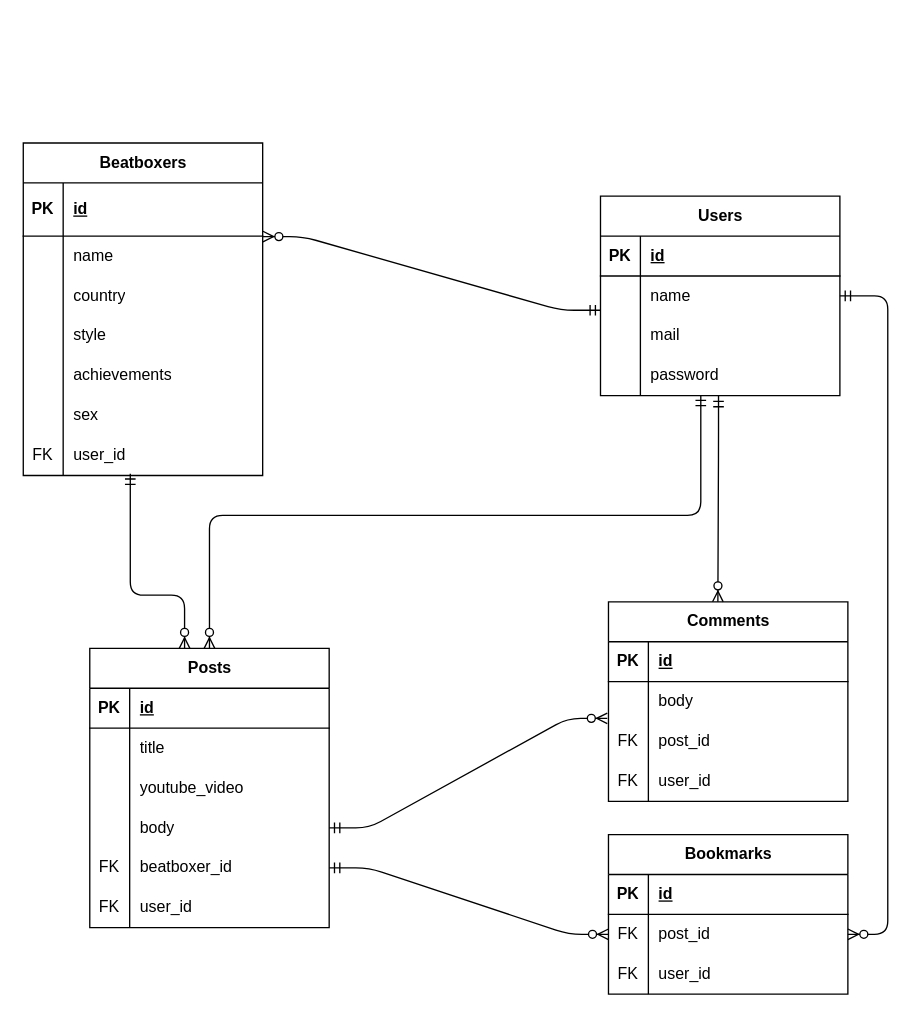
yusuke061467/beatboxer-collection keeps this draw.io diagram as database_model_er.dio. Above is the earlier version. Source tidied: cells renumbered, new cells numbered last; positions are measured from the earlier drawing's top-left corner, leaving out a move shared by most shapes. Both pictures are drawn from the tidied source at 133%, with x=0, y=0 at pixel (23, 142).
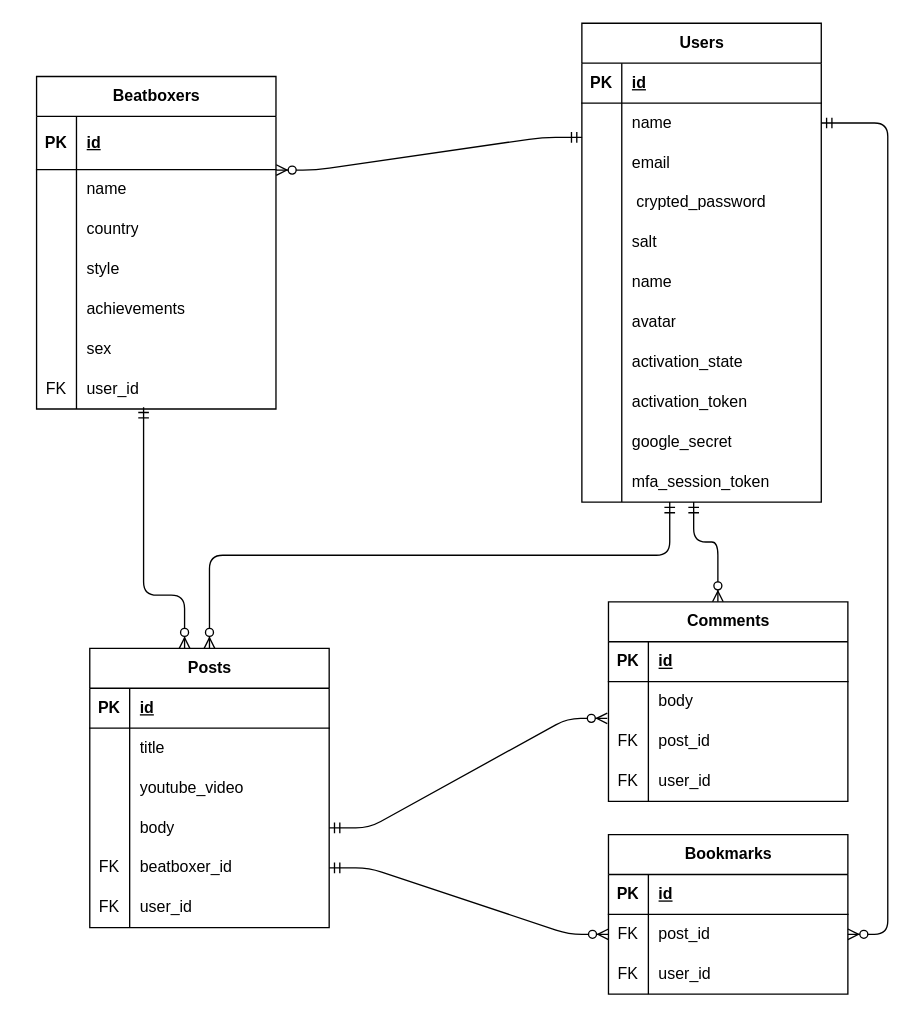
Above is the later version.

Commit message:
docs: ER図の記載を変更

The change refers to these unchanged cells:
```xml
<mxCell id="9" style="shape=tableRow;horizontal=0;startSize=0;swimlaneHead=0;swimlaneBody=0;fillColor=none;top=0;left=0;right=0;bottom=0;" parent="2" vertex="1">
  <mxGeometry y="90" width="180" height="30" as="geometry" />
</mxCell>
<mxCell id="12" style="shape=tableRow;horizontal=0;startSize=0;swimlaneHead=0;swimlaneBody=0;fillColor=none;points=[[0,0.5],[1,0.5]];portConstraint=eastwest;top=0;left=0;right=0;bottom=0;" parent="2" vertex="1">
  <mxGeometry y="120" width="180" height="30" as="geometry" />
</mxCell>
<mxCell id="15" value="Comments" style="shape=table;startSize=30;childLayout=tableLayout;rowLines=0;fontStyle=1;align=center;html=1;" parent="1" vertex="1">
  <mxGeometry x="440" y="345" width="180" height="150" as="geometry" />
</mxCell>
<mxCell id="43" value="Posts" style="shape=table;startSize=30;childLayout=tableLayout;rowLines=0;fontStyle=1;align=center;html=1;" parent="1" vertex="1">
  <mxGeometry x="50" y="380" width="180" height="210" as="geometry" />
</mxCell>
```

Diff of the diagram source:
```diff
@@
     <mxCell id="2" value="Users" style="shape=table;startSize=30;childLayout=tableLayout;rowLines=0;fontStyle=1;align=center;html=1;" parent="1" vertex="1">
-      <mxGeometry x="434" y="40" width="180" height="150" as="geometry" />
+      <mxGeometry x="420" y="-90" width="180" height="360" as="geometry" />
     </mxCell>
@@
-    <mxCell id="11" value="mail" style="shape=partialRectangle;fillColor=none;top=0;left=0;bottom=0;right=0;align=left;spacingLeft=6;overflow=hidden;whiteSpace=wrap;html=1;" parent="9" vertex="1">
+    <mxCell id="11" value="email" style="shape=partialRectangle;fillColor=none;top=0;left=0;bottom=0;right=0;align=left;spacingLeft=6;overflow=hidden;whiteSpace=wrap;html=1;" parent="9" vertex="1">
       <mxGeometry x="30" width="150" height="30" as="geometry" />
     </mxCell>
@@
-    <mxCell id="14" value="password" style="shape=partialRectangle;fillColor=none;top=0;left=0;bottom=0;right=0;align=left;spacingLeft=6;overflow=hidden;whiteSpace=wrap;html=1;" parent="12" vertex="1">
+    <mxCell id="14" value="&amp;nbsp;crypted_password" style="shape=partialRectangle;fillColor=none;top=0;left=0;bottom=0;right=0;align=left;spacingLeft=6;overflow=hidden;whiteSpace=wrap;html=1;" parent="12" vertex="1">
       <mxGeometry x="30" width="150" height="30" as="geometry" />
     </mxCell>
+    <mxCell id="88" style="shape=tableRow;horizontal=0;startSize=0;swimlaneHead=0;swimlaneBody=0;fillColor=none;top=0;left=0;right=0;bottom=0;" parent="2" vertex="1">
+      <mxGeometry y="150" width="180" height="30" as="geometry" />
+    </mxCell>
+    <mxCell id="89" style="shape=partialRectangle;fillColor=none;top=0;left=0;bottom=0;right=0;overflow=hidden;whiteSpace=wrap;html=1;" parent="88" vertex="1">
+      <mxGeometry width="30" height="30" as="geometry" />
+    </mxCell>
+    <mxCell id="90" value="salt" style="shape=partialRectangle;fillColor=none;top=0;left=0;bottom=0;right=0;align=left;spacingLeft=6;overflow=hidden;whiteSpace=wrap;html=1;" parent="88" vertex="1">
+      <mxGeometry x="30" width="150" height="30" as="geometry" />
+    </mxCell>
+    <mxCell id="91" style="shape=tableRow;horizontal=0;startSize=0;swimlaneHead=0;swimlaneBody=0;fillColor=none;top=0;left=0;right=0;bottom=0;" parent="2" vertex="1">
+      <mxGeometry y="180" width="180" height="30" as="geometry" />
+    </mxCell>
+    <mxCell id="92" style="shape=partialRectangle;fillColor=none;top=0;left=0;bottom=0;right=0;overflow=hidden;whiteSpace=wrap;html=1;" parent="91" vertex="1">
+      <mxGeometry width="30" height="30" as="geometry" />
+    </mxCell>
+    <mxCell id="93" value="name" style="shape=partialRectangle;fillColor=none;top=0;left=0;bottom=0;right=0;align=left;spacingLeft=6;overflow=hidden;whiteSpace=wrap;html=1;" parent="91" vertex="1">
+      <mxGeometry x="30" width="150" height="30" as="geometry" />
+    </mxCell>
+    <mxCell id="94" style="shape=tableRow;horizontal=0;startSize=0;swimlaneHead=0;swimlaneBody=0;fillColor=none;top=0;left=0;right=0;bottom=0;" parent="2" vertex="1">
+      <mxGeometry y="210" width="180" height="30" as="geometry" />
+    </mxCell>
+    <mxCell id="95" style="shape=partialRectangle;fillColor=none;top=0;left=0;bottom=0;right=0;overflow=hidden;whiteSpace=wrap;html=1;" parent="94" vertex="1">
+      <mxGeometry width="30" height="30" as="geometry" />
+    </mxCell>
+    <mxCell id="96" value="avatar" style="shape=partialRectangle;fillColor=none;top=0;left=0;bottom=0;right=0;align=left;spacingLeft=6;overflow=hidden;whiteSpace=wrap;html=1;" parent="94" vertex="1">
+      <mxGeometry x="30" width="150" height="30" as="geometry" />
+    </mxCell>
+    <mxCell id="97" style="shape=tableRow;horizontal=0;startSize=0;swimlaneHead=0;swimlaneBody=0;fillColor=none;top=0;left=0;right=0;bottom=0;" parent="2" vertex="1">
+      <mxGeometry y="240" width="180" height="30" as="geometry" />
+    </mxCell>
+    <mxCell id="98" style="shape=partialRectangle;fillColor=none;top=0;left=0;bottom=0;right=0;overflow=hidden;whiteSpace=wrap;html=1;" parent="97" vertex="1">
+      <mxGeometry width="30" height="30" as="geometry" />
+    </mxCell>
+    <mxCell id="99" value="activation_state" style="shape=partialRectangle;fillColor=none;top=0;left=0;bottom=0;right=0;align=left;spacingLeft=6;overflow=hidden;whiteSpace=wrap;html=1;" parent="97" vertex="1">
+      <mxGeometry x="30" width="150" height="30" as="geometry" />
+    </mxCell>
+    <mxCell id="100" style="shape=tableRow;horizontal=0;startSize=0;swimlaneHead=0;swimlaneBody=0;fillColor=none;top=0;left=0;right=0;bottom=0;" parent="2" vertex="1">
+      <mxGeometry y="270" width="180" height="30" as="geometry" />
+    </mxCell>
+    <mxCell id="101" style="shape=partialRectangle;fillColor=none;top=0;left=0;bottom=0;right=0;overflow=hidden;whiteSpace=wrap;html=1;" parent="100" vertex="1">
+      <mxGeometry width="30" height="30" as="geometry" />
+    </mxCell>
+    <mxCell id="102" value="activation_token" style="shape=partialRectangle;fillColor=none;top=0;left=0;bottom=0;right=0;align=left;spacingLeft=6;overflow=hidden;whiteSpace=wrap;html=1;" parent="100" vertex="1">
+      <mxGeometry x="30" width="150" height="30" as="geometry" />
+    </mxCell>
+    <mxCell id="103" style="shape=tableRow;horizontal=0;startSize=0;swimlaneHead=0;swimlaneBody=0;fillColor=none;top=0;left=0;right=0;bottom=0;" parent="2" vertex="1">
+      <mxGeometry y="300" width="180" height="30" as="geometry" />
+    </mxCell>
+    <mxCell id="104" style="shape=partialRectangle;fillColor=none;top=0;left=0;bottom=0;right=0;overflow=hidden;whiteSpace=wrap;html=1;" parent="103" vertex="1">
+      <mxGeometry width="30" height="30" as="geometry" />
+    </mxCell>
+    <mxCell id="105" value="google_secret" style="shape=partialRectangle;fillColor=none;top=0;left=0;bottom=0;right=0;align=left;spacingLeft=6;overflow=hidden;whiteSpace=wrap;html=1;" parent="103" vertex="1">
+      <mxGeometry x="30" width="150" height="30" as="geometry" />
+    </mxCell>
+    <mxCell id="106" style="shape=tableRow;horizontal=0;startSize=0;swimlaneHead=0;swimlaneBody=0;fillColor=none;points=[[0,0.5],[1,0.5]];portConstraint=eastwest;top=0;left=0;right=0;bottom=0;" parent="2" vertex="1">
+      <mxGeometry y="330" width="180" height="30" as="geometry" />
+    </mxCell>
+    <mxCell id="107" style="shape=partialRectangle;fillColor=none;top=0;left=0;bottom=0;right=0;overflow=hidden;whiteSpace=wrap;html=1;" parent="106" vertex="1">
+      <mxGeometry width="30" height="30" as="geometry" />
+    </mxCell>
+    <mxCell id="108" value="mfa_session_token" style="shape=partialRectangle;fillColor=none;top=0;left=0;bottom=0;right=0;align=left;spacingLeft=6;overflow=hidden;whiteSpace=wrap;html=1;" parent="106" vertex="1">
+      <mxGeometry x="30" width="150" height="30" as="geometry" />
+    </mxCell>
@@
-    <mxCell id="39" style="edgeStyle=elbowEdgeStyle;fontSize=12;html=1;endArrow=ERzeroToMany;startArrow=ERmandOne;elbow=vertical;entryX=0.5;entryY=0;entryDx=0;entryDy=0;exitX=0.419;exitY=0.983;exitDx=0;exitDy=0;exitPerimeter=0;" parent="1" edge="1" source="12" target="43">
+    <mxCell id="39" style="edgeStyle=elbowEdgeStyle;fontSize=12;html=1;endArrow=ERzeroToMany;startArrow=ERmandOne;elbow=vertical;entryX=0.5;entryY=0;entryDx=0;entryDy=0;exitX=0.367;exitY=1;exitDx=0;exitDy=0;exitPerimeter=0;" parent="1" edge="1" source="106" target="43">
       <mxGeometry relative="1" as="geometry">
         <Array as="points">
-          <mxPoint x="390" y="280" />
+          <mxPoint x="320" y="310" />
           <mxPoint x="752" y="50" />
         </Array>
       </mxGeometry>
     </mxCell>
@@
-    <mxCell id="62" style="edgeStyle=elbowEdgeStyle;fontSize=12;html=1;endArrow=ERzeroToMany;startArrow=ERmandOne;elbow=vertical;entryX=0.457;entryY=0;entryDx=0;entryDy=0;exitX=0.493;exitY=1.011;exitDx=0;exitDy=0;exitPerimeter=0;entryPerimeter=0;" parent="1" edge="1" source="12" target="15">
+    <mxCell id="62" style="edgeStyle=elbowEdgeStyle;fontSize=12;html=1;endArrow=ERzeroToMany;startArrow=ERmandOne;elbow=vertical;entryX=0.457;entryY=0;entryDx=0;entryDy=0;exitX=0.467;exitY=1;exitDx=0;exitDy=0;exitPerimeter=0;entryPerimeter=0;" parent="1" edge="1" source="106" target="15">
       <mxGeometry relative="1" as="geometry">
         <Array as="points">
-          <mxPoint x="543" y="227.1" />
+          <mxPoint x="530" y="300" />
           <mxPoint x="841" y="47.2" />
         </Array>
       </mxGeometry>
     </mxCell>
     <mxCell id="63" style="group;" parent="1" vertex="1">
-      <mxGeometry width="180" height="250" as="geometry" />
+      <mxGeometry x="10" y="-50" width="180" height="250" as="geometry" />
     </mxCell>
```
